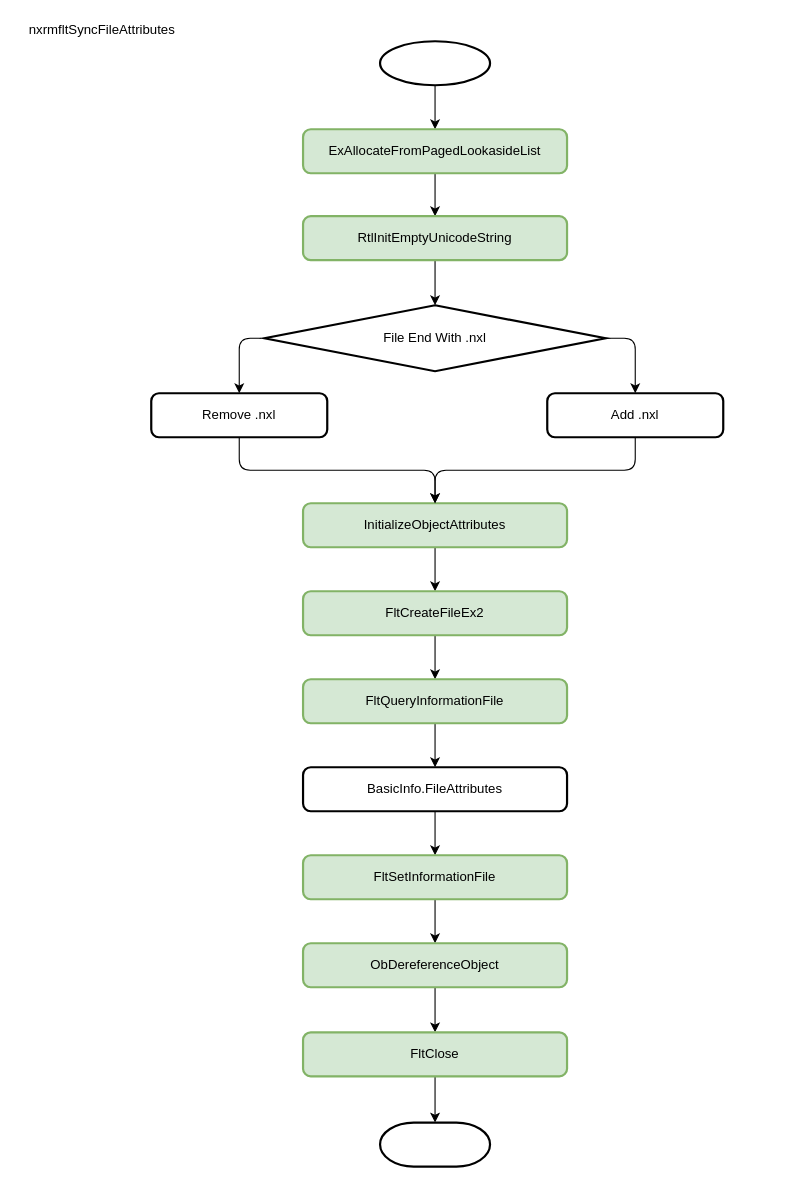
Before: page "Page-3" (3 of 3) of ectr_readonly.drawio in linfenwen/draw_io, a draw.io diagram. Source tidied: cells renumbered, new cells numbered last; positions are measured from the earlier drawing's top-left corner, leaving out a move shared by most shapes. Both pictures are drawn from the tidied source at 110%, with x=0, y=0 at pixel (19, 19).
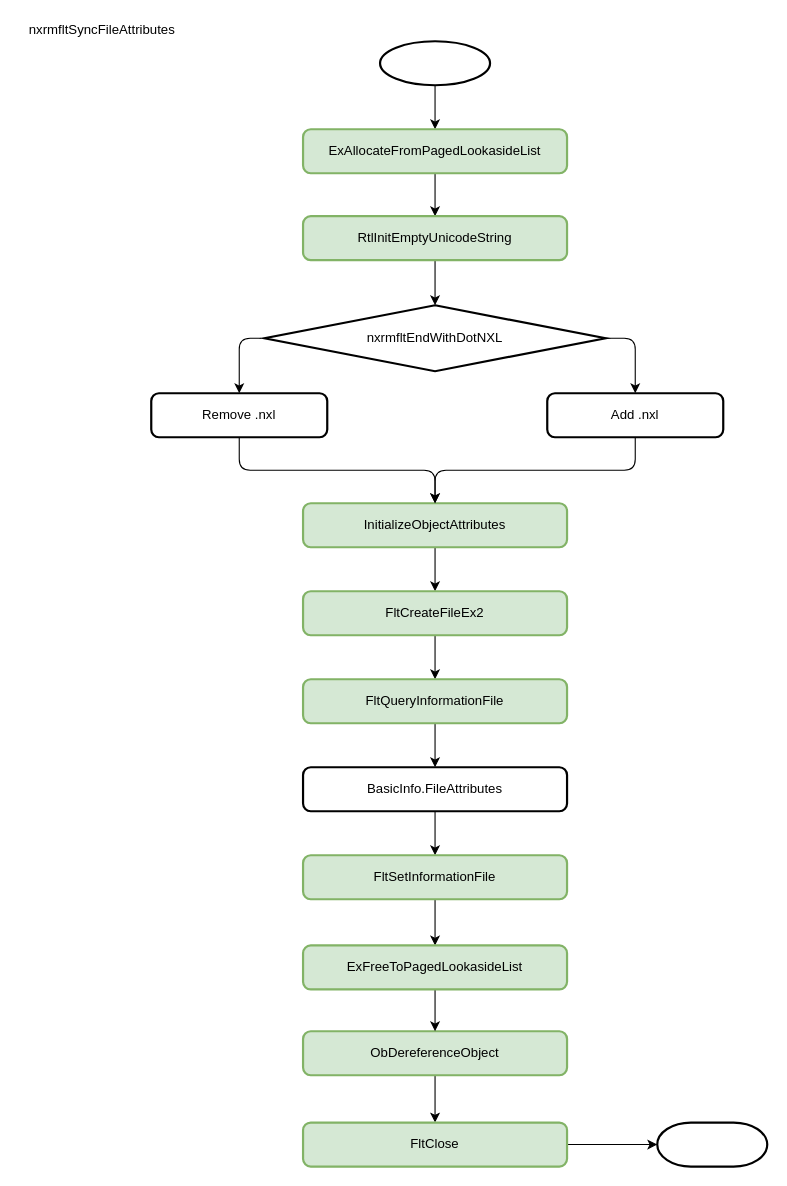
Above is the later version.

The change refers to these unchanged cells:
```xml
<mxCell id="20" value="&lt;font style=&quot;font-size: 12px&quot;&gt;FltSetInformationFile&lt;/font&gt;" style="rounded=1;whiteSpace=wrap;html=1;absoluteArcSize=1;arcSize=14;strokeWidth=2;fillColor=#d5e8d4;strokeColor=#82b366;" parent="1" vertex="1">
  <mxGeometry x="258" y="760" width="240" height="40" as="geometry" />
</mxCell>
```

What changed in the source:
```diff
@@
-    <mxCell id="8" value="File End With .nxl" style="strokeWidth=2;html=1;shape=mxgraph.flowchart.decision;whiteSpace=wrap;" parent="1" vertex="1">
+    <mxCell id="8" value="nxrmfltEndWithDotNXL" style="strokeWidth=2;html=1;shape=mxgraph.flowchart.decision;whiteSpace=wrap;" parent="1" vertex="1">
       <mxGeometry x="223" y="260" width="310" height="60" as="geometry" />
     </mxCell>
@@
-    <mxCell id="19" style="edgeStyle=orthogonalEdgeStyle;rounded=0;jettySize=auto;html=1;" parent="1" edge="1" source="20" target="22">
+    <mxCell id="19" style="edgeStyle=orthogonalEdgeStyle;rounded=0;jettySize=auto;html=1;entryX=0.5;entryY=0;entryDx=0;entryDy=0;" parent="1" edge="1" source="20" target="32">
       <mxGeometry relative="1" as="geometry" />
     </mxCell>
@@
     <mxCell id="22" value="&lt;font style=&quot;font-size: 12px&quot;&gt;ObDereferenceObject&lt;/font&gt;" style="rounded=1;whiteSpace=wrap;html=1;absoluteArcSize=1;arcSize=14;strokeWidth=2;fillColor=#d5e8d4;strokeColor=#82b366;" parent="1" vertex="1">
-      <mxGeometry x="258" y="840" width="240" height="40" as="geometry" />
+      <mxGeometry x="258" y="920" width="240" height="40" as="geometry" />
     </mxCell>
@@
     <mxCell id="24" value="&lt;font style=&quot;font-size: 12px&quot;&gt;FltClose&lt;/font&gt;" style="rounded=1;whiteSpace=wrap;html=1;absoluteArcSize=1;arcSize=14;strokeWidth=2;fillColor=#d5e8d4;strokeColor=#82b366;" parent="1" vertex="1">
-      <mxGeometry x="258" y="921" width="240" height="40" as="geometry" />
+      <mxGeometry x="258" y="1003" width="240" height="40" as="geometry" />
     </mxCell>
     <mxCell id="25" style="strokeWidth=2;html=1;shape=mxgraph.flowchart.terminator;whiteSpace=wrap;" parent="1" vertex="1">
-      <mxGeometry x="328" y="1003" width="100" height="40" as="geometry" />
+      <mxGeometry x="580" y="1003" width="100" height="40" as="geometry" />
     </mxCell>
@@
+    <mxCell id="31" style="edgeStyle=orthogonalEdgeStyle;rounded=0;jettySize=auto;html=1;" parent="1" edge="1" source="32" target="22">
+      <mxGeometry relative="1" as="geometry" />
+    </mxCell>
+    <mxCell id="32" value="&lt;font style=&quot;font-size: 12px&quot;&gt;ExFreeToPagedLookasideList&lt;/font&gt;" style="rounded=1;whiteSpace=wrap;html=1;absoluteArcSize=1;arcSize=14;strokeWidth=2;fillColor=#d5e8d4;strokeColor=#82b366;" parent="1" vertex="1">
+      <mxGeometry x="258" y="842" width="240" height="40" as="geometry" />
+    </mxCell>
```
